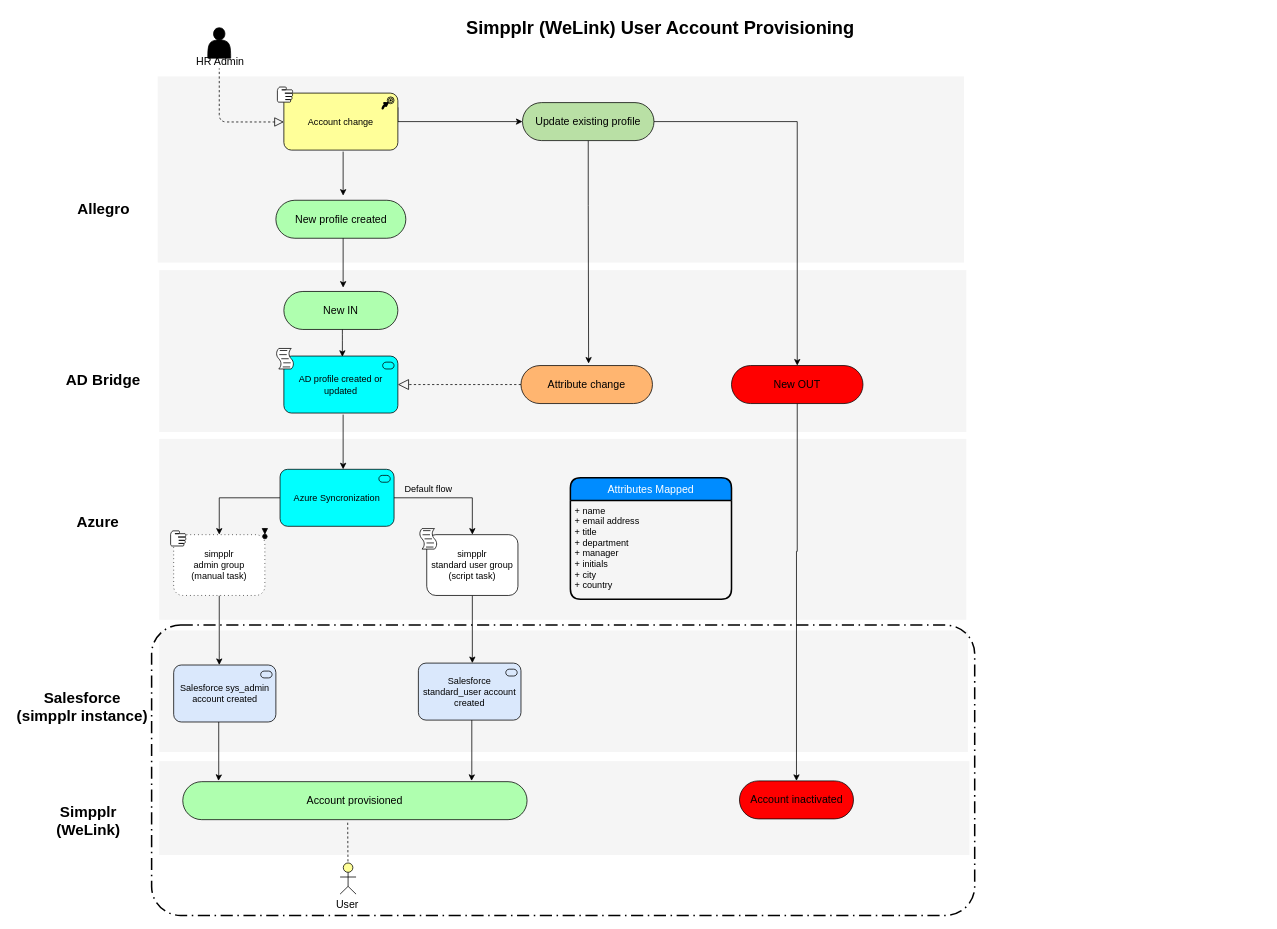
This is SimpplrAccountProvisioning.drawio from merid-berhe/draw.io, a draw.io file, before an edit. Source tidied: cells renumbered, new cells numbered last; positions are measured from the earlier drawing's top-left corner, leaving out a move shared by most shapes. Both pictures are drawn from the tidied source at 76%, with x=0, y=0 at pixel (13, 13).
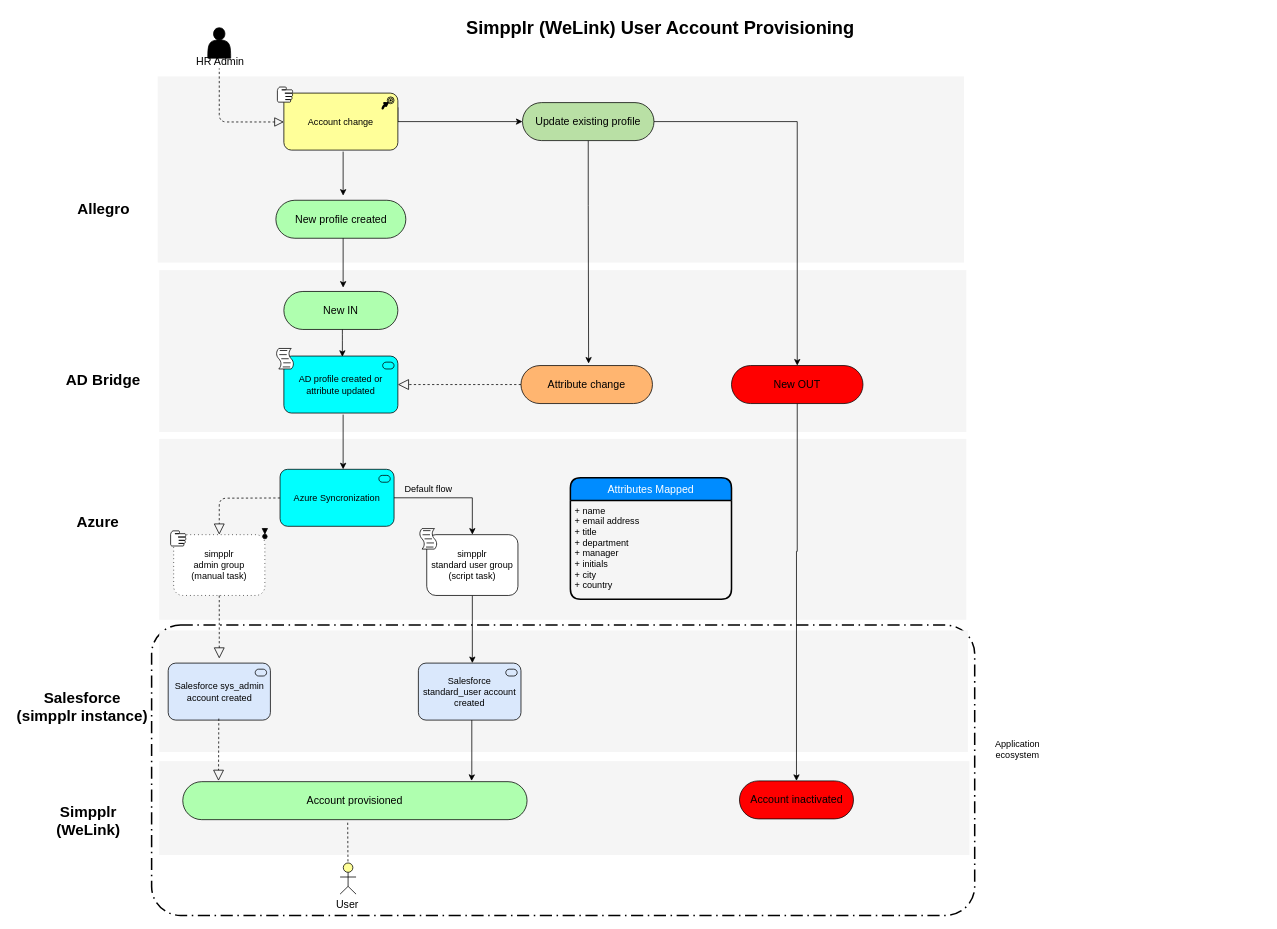
Above is the later version.

Unchanged cells that the change refers to:
```xml
<mxCell id="25" value="Azure Syncronization" style="html=1;outlineConnect=0;whiteSpace=wrap;fillColor=#00FFFF;strokeColor=#000000;shape=mxgraph.archimate3.application;appType=serv;archiType=rounded;" parent="1" vertex="1">
  <mxGeometry x="351" y="600" width="150" height="75" as="geometry" />
</mxCell>
<mxCell id="41" value="simpplr &lt;br&gt;admin group&lt;br&gt;(manual task)" style="shape=ext;rounded=1;html=1;whiteSpace=wrap;dashed=1;dashPattern=1 4;" parent="1" vertex="1">
  <mxGeometry x="211" y="686" width="120" height="80" as="geometry" />
</mxCell>
```

Diff of the diagram source:
```diff
@@
+    <mxCell id="56" style="rounded=1;arcSize=10;dashed=1;strokeColor=#000000;fillColor=none;gradientColor=none;dashPattern=8 3 1 3;strokeWidth=2;" parent="1" vertex="1">
+      <mxGeometry x="182" y="805" width="1083" height="382" as="geometry" />
+    </mxCell>
@@
-    <mxCell id="19" value="AD profile created or updated" style="html=1;outlineConnect=0;whiteSpace=wrap;fillColor=#00FFFF;strokeColor=#000000;shape=mxgraph.archimate3.application;appType=serv;archiType=rounded;" parent="1" vertex="1">
+    <mxCell id="19" value="AD profile created or attribute updated" style="html=1;outlineConnect=0;whiteSpace=wrap;fillColor=#00FFFF;strokeColor=#000000;shape=mxgraph.archimate3.application;appType=serv;archiType=rounded;" parent="1" vertex="1">
       <mxGeometry x="356" y="451" width="150" height="75" as="geometry" />
     </mxCell>
@@
-    <mxCell id="23" style="edgeStyle=orthogonalEdgeStyle;rounded=0;jettySize=auto;html=1;exitX=0;exitY=0.5;exitDx=0;exitDy=0;exitPerimeter=0;entryX=0.5;entryY=0;entryDx=0;entryDy=0;" parent="1" edge="1" source="25" target="41">
-      <mxGeometry relative="1" as="geometry" />
-    </mxCell>
@@
-    <mxCell id="40" style="edgeStyle=orthogonalEdgeStyle;rounded=0;jettySize=auto;html=1;exitX=0.5;exitY=1;exitDx=0;exitDy=0;" parent="1" edge="1" source="41" target="49">
-      <mxGeometry relative="1" as="geometry">
-        <Array as="points">
-          <mxPoint x="271" y="838" />
-          <mxPoint x="271" y="838" />
-        </Array>
-      </mxGeometry>
-    </mxCell>
@@
     <mxCell id="49" value="Salesforce sys_admin account created" style="html=1;outlineConnect=0;whiteSpace=wrap;fillColor=#dae8fc;strokeColor=#000000;shape=mxgraph.archimate3.application;appType=serv;archiType=rounded;" parent="1" vertex="1">
-      <mxGeometry x="211" y="857.5" width="134.5" height="75" as="geometry" />
+      <mxGeometry x="203.8" y="855" width="134.5" height="75" as="geometry" />
     </mxCell>
@@
-    <mxCell id="51" style="edgeStyle=orthogonalEdgeStyle;rounded=0;orthogonalLoop=1;jettySize=auto;html=1;exitX=0.5;exitY=1;exitDx=0;exitDy=0;" parent="1" edge="1">
-      <mxGeometry relative="1" as="geometry">
-        <mxPoint x="270.3" y="932.5" as="sourcePoint" />
-        <mxPoint x="270" y="1010" as="targetPoint" />
-        <Array as="points">
-          <mxPoint x="270.3" y="1004.5" />
-          <mxPoint x="270.3" y="1004.5" />
-        </Array>
-      </mxGeometry>
-    </mxCell>
@@
-    <mxCell id="56" style="rounded=1;arcSize=10;dashed=1;strokeColor=#000000;fillColor=none;gradientColor=none;dashPattern=8 3 1 3;strokeWidth=2;" parent="1" vertex="1">
-      <mxGeometry x="182" y="805" width="1083" height="382" as="geometry" />
-    </mxCell>
+    <mxCell id="23" style="endArrow=block;dashed=1;endFill=0;endSize=12;html=1;entryX=0.5;entryY=0;entryDx=0;entryDy=0;" parent="1" edge="1" source="25" target="41">
+      <mxGeometry relative="1" as="geometry">
+        <Array as="points">
+          <mxPoint x="271" y="638" />
+        </Array>
+      </mxGeometry>
+    </mxCell>
+    <mxCell id="57" style="endArrow=block;dashed=1;endFill=0;endSize=12;html=1;exitX=0.5;exitY=1;exitDx=0;exitDy=0;" parent="1" edge="1" source="41">
+      <mxGeometry relative="1" as="geometry">
+        <mxPoint x="271" y="849" as="targetPoint" />
+      </mxGeometry>
+    </mxCell>
+    <mxCell id="58" style="endArrow=block;dashed=1;endFill=0;endSize=12;html=1;exitX=0.5;exitY=1;exitDx=0;exitDy=0;" parent="1" edge="1">
+      <mxGeometry relative="1" as="geometry">
+        <mxPoint x="270.4" y="928" as="sourcePoint" />
+        <mxPoint x="270" y="1010" as="targetPoint" />
+      </mxGeometry>
+    </mxCell>
+    <mxCell id="59" value="Application &lt;br&gt;ecosystem" style="text;html=1;align=center;verticalAlign=middle;" parent="1" vertex="1">
+      <mxGeometry x="1286" y="953" width="69" height="32" as="geometry" />
+    </mxCell>
```
